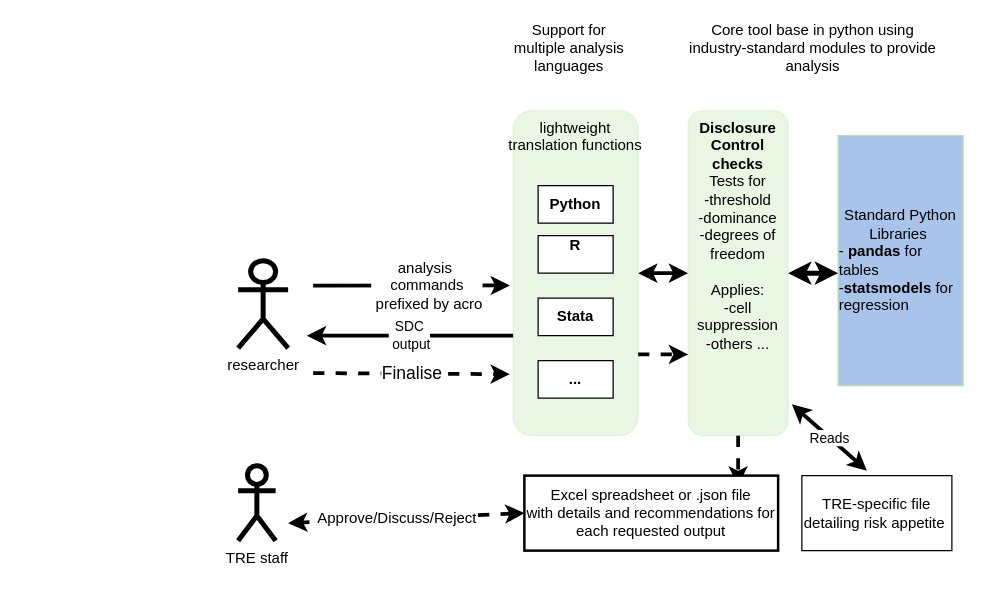
The draw.io diagram docs/overview2.dio in AI-SDC/ACRO, before the edit. Source tidied: cells renumbered, new cells numbered last; positions are measured from the earlier drawing's top-left corner, leaving out a move shared by most shapes. Both pictures are drawn from the tidied source at 125%, with x=0, y=0 at pixel (238, 22).
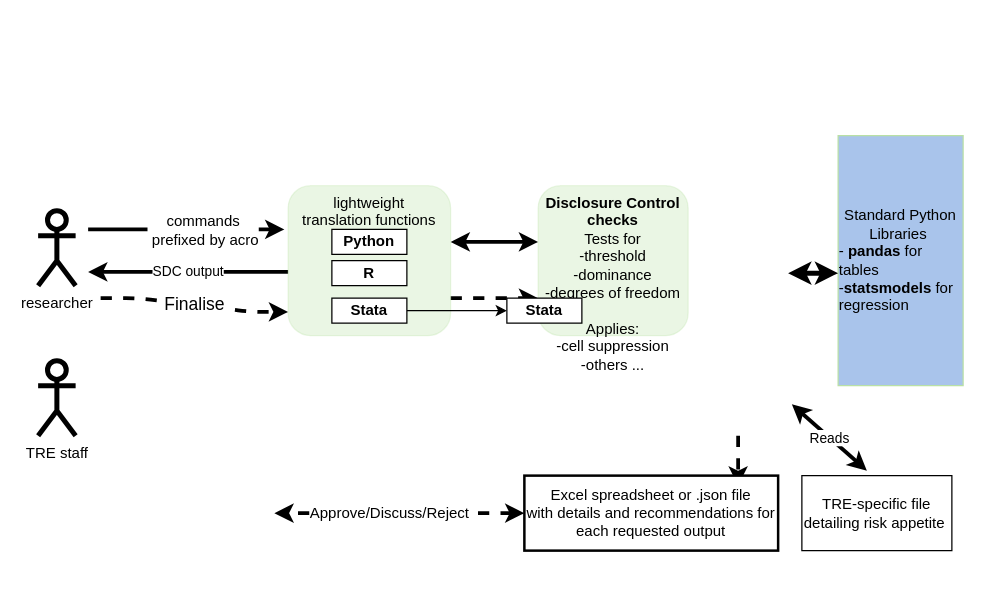
The same page after the edit.

The change refers to these unchanged cells:
```xml
<mxCell id="21" value="Excel spreadsheet or .json file&lt;div&gt;with details and recommendations for each requested output&lt;/div&gt;" style="rounded=0;whiteSpace=wrap;html=1;strokeColor=#000000;fillColor=#FFFFFF;strokeWidth=2;" parent="1" vertex="1">
  <mxGeometry x="229" y="362" width="203" height="60" as="geometry" />
</mxCell>
```

The edit, as a diff of the source:
```diff
@@
-    <mxCell id="2" value="&lt;div&gt;&lt;span style=&quot;letter-spacing: 0px&quot;&gt;lightweight&lt;/span&gt;&lt;br&gt;&lt;/div&gt;&lt;div&gt;translation&lt;span style=&quot;letter-spacing: 0px&quot;&gt;&amp;nbsp;functions&lt;/span&gt;&lt;/div&gt;" style="rounded=1;whiteSpace=wrap;html=1;strokeColor=#B9E0A5;verticalAlign=top;opacity=30;fillColor=#B9E0A5;spacingLeft=5;spacingRight=5;" parent="1" vertex="1">
-      <mxGeometry x="220" y="70" width="100" height="260" as="geometry" />
-    </mxCell>
-    <mxCell id="3" style="rounded=0;html=1;jettySize=auto;strokeWidth=3;elbow=vertical;entryX=-0.026;entryY=0.538;entryPerimeter=0;" parent="1" edge="1" target="2">
+    <mxCell id="3" style="rounded=0;html=1;jettySize=auto;orthogonalLoop=1;strokeWidth=3;elbow=vertical;entryX=-0.026;entryY=0.538;entryPerimeter=0;" parent="1" edge="1">
       <mxGeometry relative="1" as="geometry">
-        <mxPoint x="60" y="210" as="sourcePoint" />
+        <mxPoint x="-120" y="165" as="sourcePoint" />
+        <mxPoint x="37" y="165" as="targetPoint" />
       </mxGeometry>
     </mxCell>
-    <mxCell id="4" value="&lt;span&gt;analysis&amp;nbsp;&lt;/span&gt;&lt;div&gt;&lt;span&gt;commands&lt;/span&gt;&lt;div&gt;&lt;span&gt;&amp;nbsp;prefixed by acro&lt;/span&gt;&lt;br&gt;&lt;/div&gt;&lt;/div&gt;" style="text;html=1;align=center;verticalAlign=middle;labelBackgroundColor=#ffffff;" parent="3" vertex="1">
+    <mxCell id="4" value="&lt;span style=&quot;letter-spacing: 0px&quot;&gt;commands&lt;/span&gt;&lt;br&gt;&lt;div&gt;&lt;div&gt;&lt;span&gt;&amp;nbsp;prefixed by acro&lt;/span&gt;&lt;br&gt;&lt;/div&gt;&lt;/div&gt;" style="text;html=1;align=center;verticalAlign=middle;labelBackgroundColor=#ffffff;" parent="3" vertex="1">
       <mxGeometry x="0.16" relative="1" as="geometry" />
     </mxCell>
     <mxCell id="5" value="researcher" style="shape=umlActor;verticalLabelPosition=bottom;labelBackgroundColor=#ffffff;verticalAlign=top;html=1;strokeWidth=4;" parent="1" vertex="1">
-      <mxGeometry y="190" width="40" height="70" as="geometry" />
+      <mxGeometry x="-160" y="150" width="30" height="60" as="geometry" />
     </mxCell>
-    <mxCell id="6" value="&lt;div&gt;&lt;div&gt;&lt;b&gt;Stata&lt;/b&gt;&lt;/div&gt;&lt;/div&gt;" style="rounded=0;whiteSpace=wrap;html=1;spacing=1;" parent="1" vertex="1">
-      <mxGeometry x="240" y="220" width="60" height="30" as="geometry" />
-    </mxCell>
-    <mxCell id="7" style="edgeStyle=entityRelationEdgeStyle;rounded=0;html=1;jettySize=auto;strokeWidth=3;startArrow=classic;startFill=1;" parent="1" edge="1" target="11">
+    <mxCell id="7" style="edgeStyle=entityRelationEdgeStyle;rounded=0;html=1;jettySize=auto;orthogonalLoop=1;strokeWidth=3;startArrow=classic;startFill=1;" parent="1" edge="1">
       <mxGeometry relative="1" as="geometry">
-        <mxPoint x="320" y="200" as="sourcePoint" />
+        <mxPoint x="170" y="175" as="sourcePoint" />
+        <mxPoint x="240" y="175" as="targetPoint" />
       </mxGeometry>
     </mxCell>
-    <mxCell id="8" value="&lt;b&gt;R&lt;/b&gt;&lt;div&gt;&lt;div&gt;&lt;br&gt;&lt;/div&gt;&lt;/div&gt;" style="rounded=0;whiteSpace=wrap;html=1;spacing=1;" parent="1" vertex="1">
-      <mxGeometry x="240" y="170" width="60" height="30" as="geometry" />
-    </mxCell>
-    <mxCell id="9" value="&lt;div&gt;&lt;div&gt;&lt;b&gt;Python&lt;/b&gt;&lt;/div&gt;&lt;/div&gt;" style="rounded=0;whiteSpace=wrap;html=1;spacing=1;" parent="1" vertex="1">
-      <mxGeometry x="240" y="130" width="60" height="30" as="geometry" />
-    </mxCell>
-    <mxCell id="10" value="&lt;div&gt;&lt;div&gt;&lt;b&gt;...&lt;/b&gt;&lt;/div&gt;&lt;/div&gt;" style="rounded=0;whiteSpace=wrap;html=1;spacing=1;" parent="1" vertex="1">
-      <mxGeometry x="240" y="270" width="60" height="30" as="geometry" />
-    </mxCell>
     <mxCell id="11" value="&lt;div style=&quot;text-align: center&quot;&gt;&lt;b&gt;Disclosure Control&lt;/b&gt;&lt;/div&gt;&lt;div style=&quot;text-align: center&quot;&gt;&lt;b&gt;checks&lt;/b&gt;&lt;/div&gt;&lt;div&gt;&lt;span style=&quot;letter-spacing: 0px ; text-align: left&quot;&gt;Tests for&lt;/span&gt;&lt;/div&gt;&lt;div&gt;&lt;span style=&quot;letter-spacing: 0px ; text-align: left&quot;&gt;-threshold&lt;/span&gt;&lt;/div&gt;&lt;div&gt;&lt;div style=&quot;text-align: center&quot;&gt;&lt;span style=&quot;letter-spacing: 0px ; text-align: left&quot;&gt;-dominance&lt;/span&gt;&lt;/div&gt;&lt;div style=&quot;text-align: center&quot;&gt;&lt;span style=&quot;letter-spacing: 0px ; text-align: left&quot;&gt;-degrees of freedom&lt;/span&gt;&lt;/div&gt;&lt;/div&gt;&lt;div style=&quot;text-align: center&quot;&gt;&lt;span style=&quot;letter-spacing: 0px ; text-align: left&quot;&gt;&lt;br&gt;&lt;/span&gt;&lt;/div&gt;&lt;div style=&quot;text-align: center&quot;&gt;&lt;span style=&quot;letter-spacing: 0px ; text-align: left&quot;&gt;Applies:&lt;/span&gt;&lt;/div&gt;&lt;div style=&quot;text-align: center&quot;&gt;&lt;span style=&quot;letter-spacing: 0px ; text-align: left&quot;&gt;-cell suppression&lt;/span&gt;&lt;/div&gt;&lt;div style=&quot;text-align: center&quot;&gt;&lt;span style=&quot;letter-spacing: 0px ; text-align: left&quot;&gt;-others ...&lt;/span&gt;&lt;/div&gt;" style="rounded=1;whiteSpace=wrap;html=1;strokeColor=#B9E0A5;verticalAlign=top;opacity=30;fillColor=#B9E0A5;" parent="1" vertex="1">
-      <mxGeometry x="360" y="70" width="80" height="260" as="geometry" />
+      <mxGeometry x="240" y="130" width="120" height="120" as="geometry" />
     </mxCell>
-    <mxCell id="12" style="edgeStyle=orthogonalEdgeStyle;rounded=0;html=1;exitX=0.5;exitY=1;jettySize=auto;orthogonalLoop=1;" parent="1" edge="1" source="2" target="2">
-      <mxGeometry relative="1" as="geometry" />
-    </mxCell>
@@
-    <mxCell id="14" value="Support for multiple analysis&lt;div&gt;languages&lt;/div&gt;" style="text;html=1;strokeColor=none;fillColor=none;align=center;verticalAlign=middle;whiteSpace=wrap;rounded=0;spacing=0;" parent="1" vertex="1">
-      <mxGeometry x="220" y="10" width="90" height="20" as="geometry" />
-    </mxCell>
-    <mxCell id="15" value="Core tool base in python using industry-standard modules to provide analysis" style="text;html=1;strokeColor=none;fillColor=none;align=center;verticalAlign=middle;whiteSpace=wrap;rounded=0;" parent="1" vertex="1">
-      <mxGeometry x="360" width="200" height="40" as="geometry" />
-    </mxCell>
@@
-    <mxCell id="17" value="SDC&lt;div&gt;&amp;nbsp;output&lt;/div&gt;" style="endArrow=classic;html=1;strokeWidth=3;exitX=-0.046;exitY=0.657;exitPerimeter=0;" parent="1" edge="1">
+    <mxCell id="17" value="SDC&amp;nbsp;&lt;span style=&quot;letter-spacing: 0px&quot;&gt;output&lt;/span&gt;" style="endArrow=classic;html=1;strokeWidth=3;" parent="1" edge="1">
       <mxGeometry relative="1" as="geometry">
-        <mxPoint x="220" y="250" as="sourcePoint" />
-        <mxPoint x="55" y="250" as="targetPoint" />
+        <mxPoint x="40" y="199" as="sourcePoint" />
+        <mxPoint x="-120" y="199" as="targetPoint" />
       </mxGeometry>
     </mxCell>
-    <mxCell id="18" value="&lt;font style=&quot;font-size: 14px&quot;&gt;Finalise&lt;/font&gt;" style="endArrow=classic;html=1;strokeWidth=3;entryX=-0.026;entryY=0.811;entryPerimeter=0;dashed=1;" parent="1" edge="1" target="2">
+    <mxCell id="18" value="&lt;font style=&quot;font-size: 14px&quot;&gt;Finalise&lt;/font&gt;" style="endArrow=classic;html=1;strokeWidth=3;dashed=1;edgeStyle=entityRelationEdgeStyle;" parent="1" edge="1">
       <mxGeometry relative="1" as="geometry">
-        <mxPoint x="60" y="280" as="sourcePoint" />
+        <mxPoint x="-110" y="220" as="sourcePoint" />
+        <mxPoint x="40" y="231" as="targetPoint" />
       </mxGeometry>
     </mxCell>
@@
     <mxCell id="22" value="TRE staff" style="shape=umlActor;verticalLabelPosition=bottom;labelBackgroundColor=#ffffff;verticalAlign=top;html=1;rounded=1;strokeColor=#000000;strokeWidth=4;fillColor=#FFFFFF;" parent="1" vertex="1">
-      <mxGeometry y="354" width="30" height="60" as="geometry" />
+      <mxGeometry x="-160" y="270" width="30" height="60" as="geometry" />
     </mxCell>
     <mxCell id="23" style="endArrow=classic;html=1;dashed=1;strokeWidth=3;exitX=0;exitY=0.5;startArrow=classic;startFill=1;" parent="1" edge="1" source="21">
       <mxGeometry relative="1" as="geometry">
-        <mxPoint x="40" y="400" as="targetPoint" />
+        <mxPoint x="29" y="392" as="targetPoint" />
       </mxGeometry>
     </mxCell>
@@
+    <mxCell id="27" style="group;" parent="1" vertex="1">
+      <mxGeometry x="40" y="130" width="130" height="120" as="geometry" />
+    </mxCell>
+    <mxCell id="2" value="&lt;div&gt;&lt;span style=&quot;letter-spacing: 0px&quot;&gt;lightweight&lt;/span&gt;&lt;br&gt;&lt;/div&gt;&lt;div&gt;translation&lt;span style=&quot;letter-spacing: 0px&quot;&gt;&amp;nbsp;functions&lt;/span&gt;&lt;/div&gt;" style="rounded=1;whiteSpace=wrap;html=1;strokeColor=#B9E0A5;verticalAlign=top;opacity=30;fillColor=#B9E0A5;spacingLeft=5;spacingRight=5;" parent="27" vertex="1">
+      <mxGeometry width="130" height="120" as="geometry" />
+    </mxCell>
+    <mxCell id="8" value="&lt;b&gt;R&lt;/b&gt;" style="rounded=0;whiteSpace=wrap;html=1;spacing=1;" parent="27" vertex="1">
+      <mxGeometry x="35" y="60" width="60" height="20" as="geometry" />
+    </mxCell>
+    <mxCell id="28" style="edgeStyle=entityRelationEdgeStyle;rounded=0;html=1;jettySize=auto;" parent="27" edge="1" source="6" target="29">
+      <mxGeometry relative="1" as="geometry" />
+    </mxCell>
+    <mxCell id="6" value="&lt;div&gt;&lt;div&gt;&lt;b&gt;Stata&lt;/b&gt;&lt;/div&gt;&lt;/div&gt;" style="rounded=0;whiteSpace=wrap;html=1;spacing=1;" parent="27" vertex="1">
+      <mxGeometry x="35" y="90" width="60" height="20" as="geometry" />
+    </mxCell>
+    <mxCell id="29" value="&lt;div&gt;&lt;div&gt;&lt;b&gt;Stata&lt;/b&gt;&lt;/div&gt;&lt;/div&gt;" style="rounded=0;whiteSpace=wrap;html=1;spacing=1;" parent="27" vertex="1">
+      <mxGeometry x="175" y="90" width="60" height="20" as="geometry" />
+    </mxCell>
+    <mxCell id="9" value="&lt;div&gt;&lt;div&gt;&lt;b&gt;Python&lt;/b&gt;&lt;/div&gt;&lt;/div&gt;" style="rounded=0;whiteSpace=wrap;html=1;spacing=1;" parent="27" vertex="1">
+      <mxGeometry x="35" y="35" width="60" height="20" as="geometry" />
+    </mxCell>
+    <mxCell id="12" style="edgeStyle=orthogonalEdgeStyle;rounded=0;html=1;exitX=0.5;exitY=1;jettySize=auto;orthogonalLoop=1;" parent="27" edge="1" source="2" target="2">
+      <mxGeometry relative="1" as="geometry" />
+    </mxCell>
```
